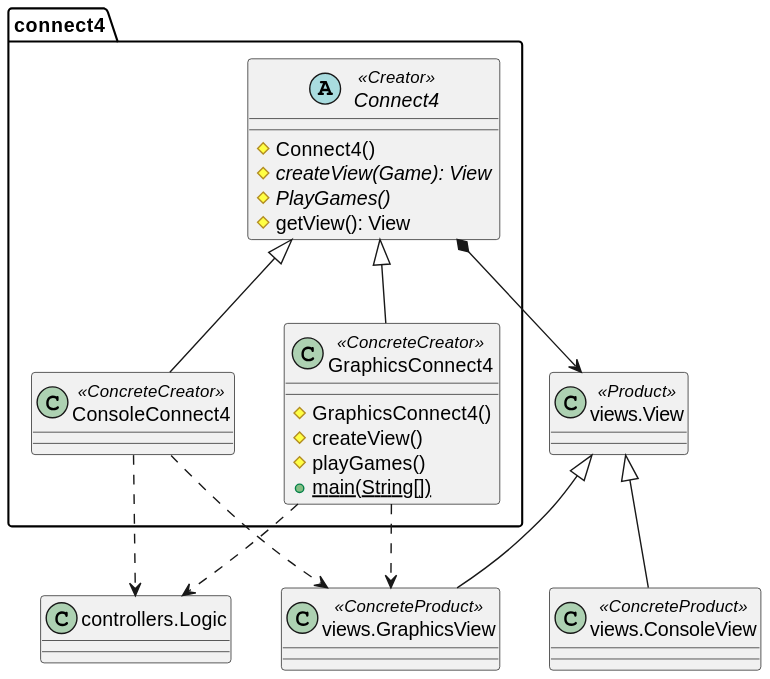
This is out/connect4/Docs/diagrams/src/packages/connect4.connect4/connect4.connect4.svg from js-rom/connect4, a PlantUML export, as it was before one commit.
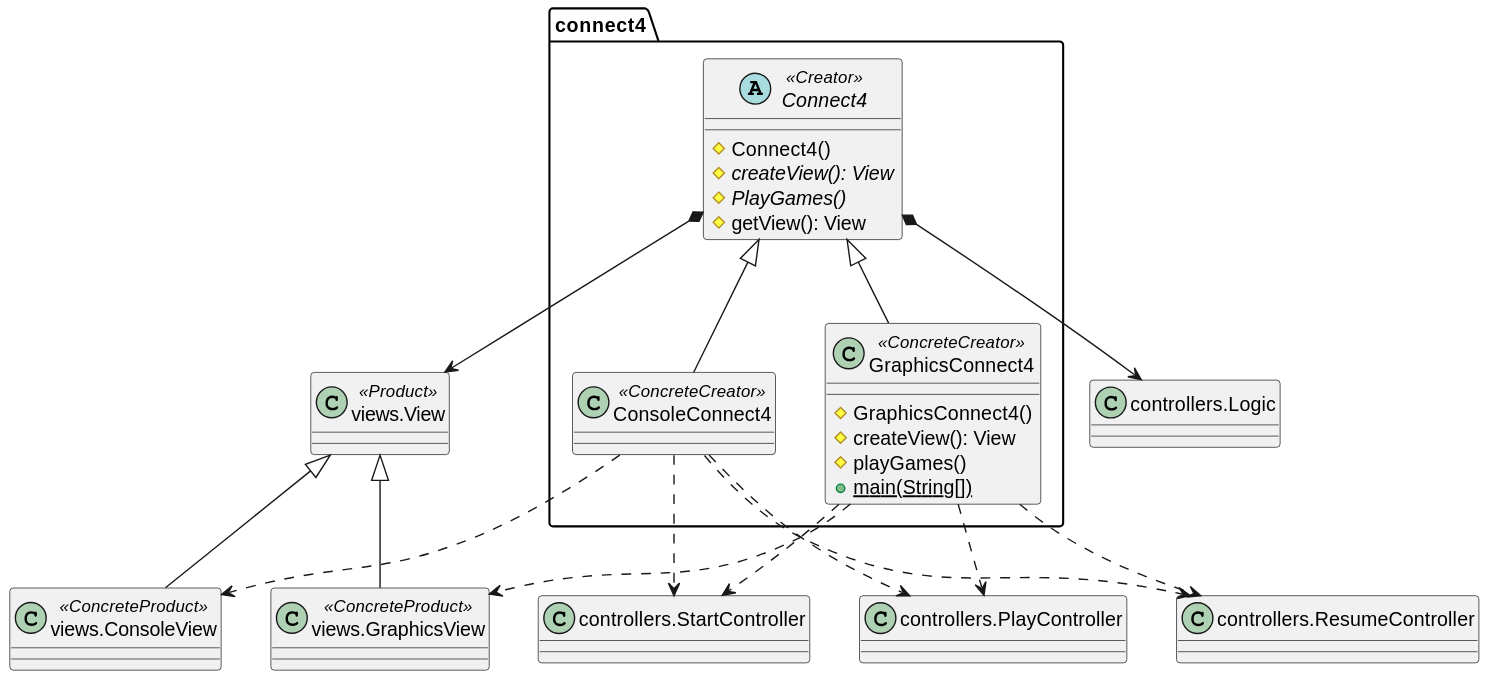
The same file after the commit.

Commit message:
update documentation after ConsoleView Refactor #4

Change to the diagram source:
```diff
@@ -5,27 +5,36 @@
 class ConsoleView as "views.ConsoleView" <<ConcreteProduct>>
 class GraphicsView as "views.GraphicsView" <<ConcreteProduct>>
 class View as "views.View" <<Product>>
+class Logic as "controllers.Logic"
+class StartController as "controllers.StartController"
+class PlayController as "controllers.PlayController"
+class ResumeController as "controllers.ResumeController"
 
 Connect4 <|-- ConsoleConnect4
 Connect4 <|-- GraphicsConnect4
 Connect4 *--> View
+Connect4 *--> Logic
 
 GraphicsConnect4 ..> GraphicsView
-class Logic as "controllers.Logic"
-GraphicsConnect4 ..> Logic
-ConsoleConnect4 ..> GraphicsView
-ConsoleConnect4 ..> Logic
+ConsoleConnect4 ..> ConsoleView
+
+ConsoleConnect4 ..> StartController
+ConsoleConnect4 ..> PlayController
+ConsoleConnect4 ..> ResumeController
+GraphicsConnect4 ..> StartController
+GraphicsConnect4 ..> PlayController
+GraphicsConnect4 ..> ResumeController
 
 View <|-- ConsoleView
 View <|-- GraphicsView
 
 Connect4 : #Connect4()
-Connect4 : {abstract}#createView(Game): View
+Connect4 : {abstract}#createView(): View
 Connect4 : {abstract}#PlayGames()
 Connect4 : #getView(): View
 
 GraphicsConnect4 : #GraphicsConnect4()
-GraphicsConnect4 : #createView()
+GraphicsConnect4 : #createView(): View
 GraphicsConnect4 : #playGames()
 GraphicsConnect4 : {static}+main(String[])
 @enduml
```
